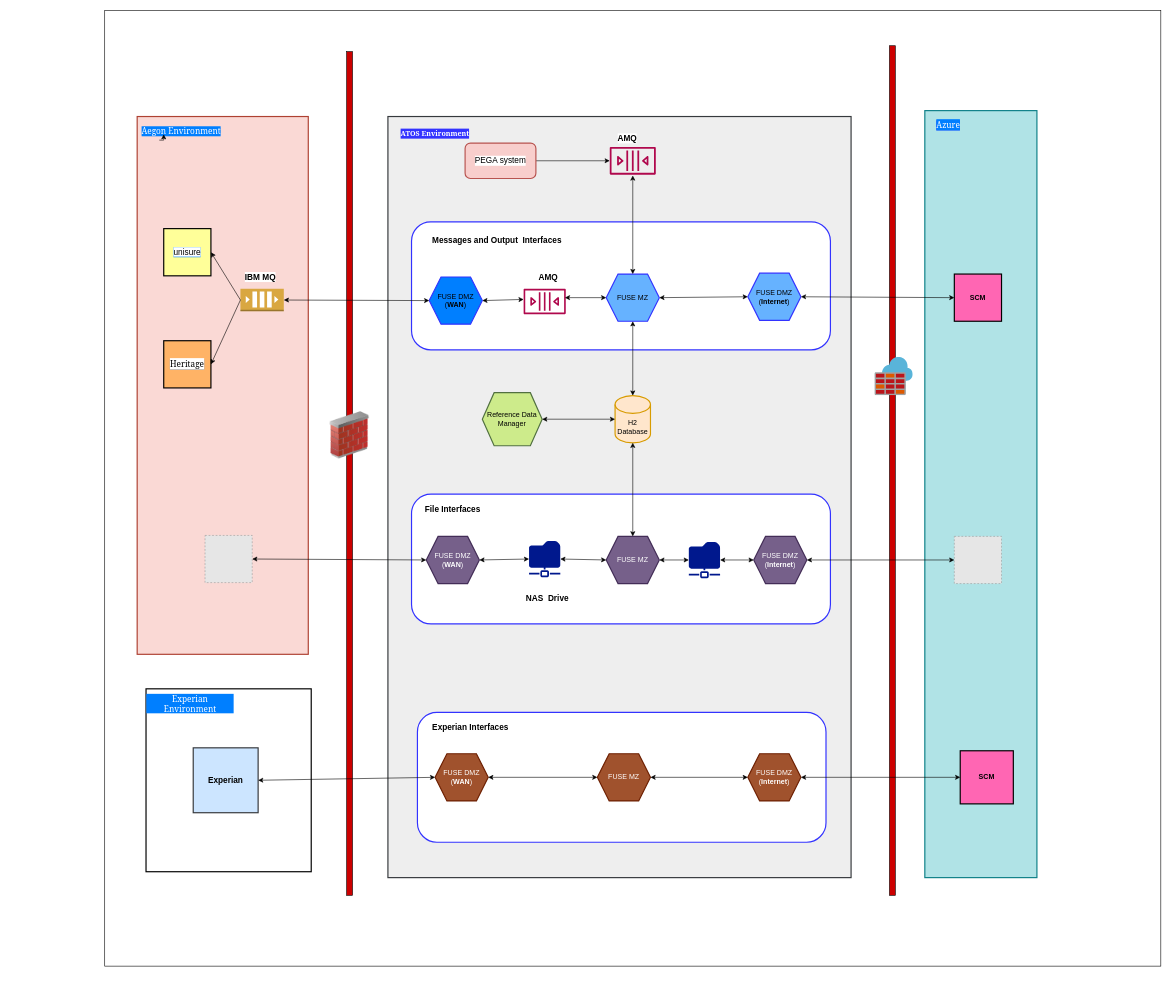
Above: ISL_Fuse_SCM.drawio in rameshanm/draw_io (draw.io), before the change. Source tidied: cells renumbered, new cells numbered last; positions are measured from the earlier drawing's top-left corner, leaving out a move shared by most shapes. Both pictures are drawn from the tidied source at 59%, with x=0, y=0 at pixel (104, 10). Pictures stored in the file or linked from it are replaced by grey dashed boxes.
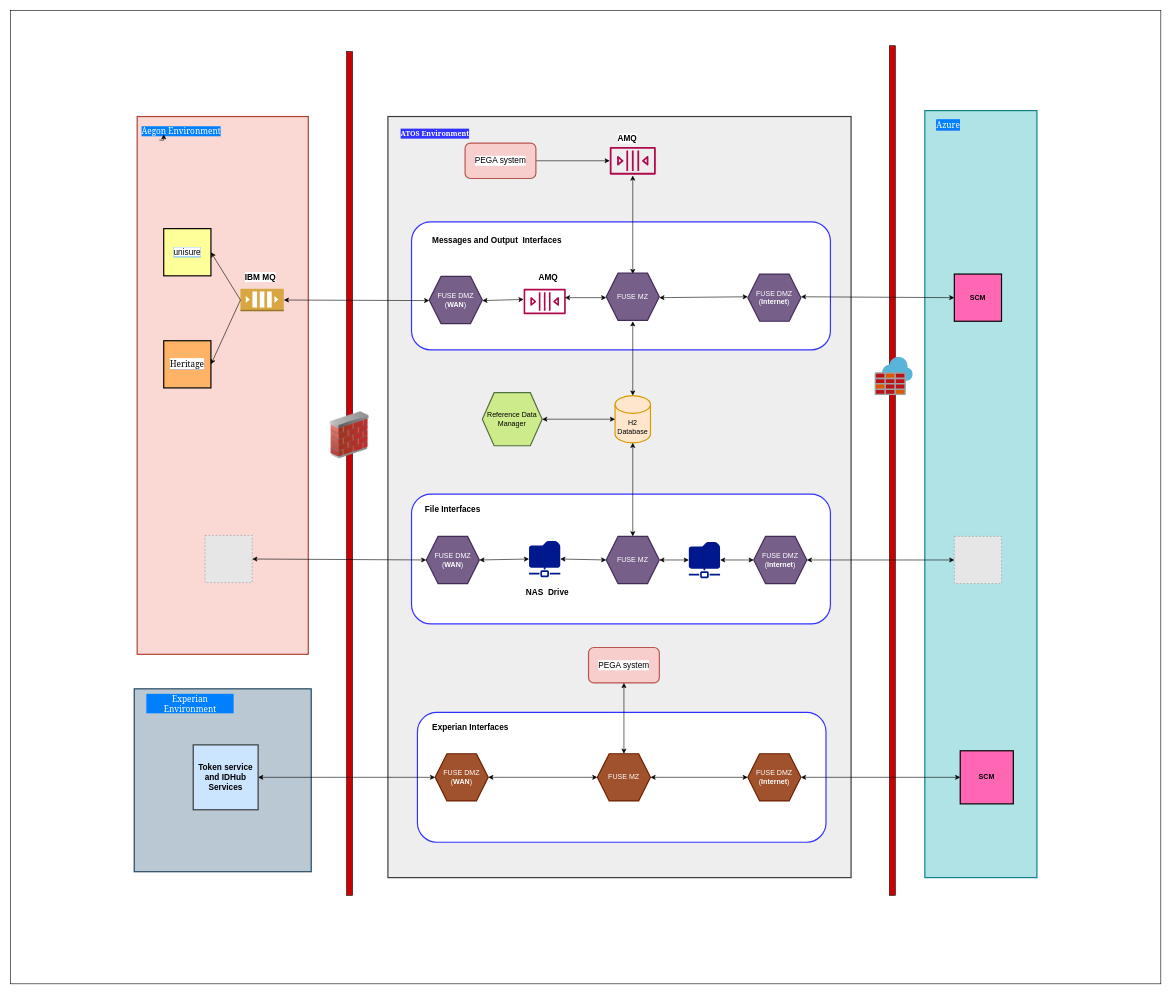
The same page after the edit.

Unchanged cells that the change refers to:
```xml
<mxCell id="7" value="H2 Database" style="shape=cylinder3;whiteSpace=wrap;html=1;boundedLbl=1;backgroundOutline=1;size=15;fillColor=#ffe6cc;strokeColor=#d79b00;strokeWidth=2;" parent="1" vertex="1">
  <mxGeometry x="865" y="653" width="60" height="80" as="geometry" />
</mxCell>
<mxCell id="8" value="&lt;b&gt;SCM&lt;/b&gt;" style="whiteSpace=wrap;html=1;fillColor=#FF66B3;strokeWidth=2;" parent="1" vertex="1">
  <mxGeometry x="1440" y="447" width="80" height="80" as="geometry" />
</mxCell>
<mxCell id="20" style="outlineConnect=0;dashed=0;verticalLabelPosition=bottom;verticalAlign=top;align=center;html=1;shape=mxgraph.aws3.queue;fillColor=#D9A741;gradientColor=none;labelBackgroundColor=#FFFFFF;fontFamily=Helvetica;fontSize=14;fontColor=#000000;strokeWidth=3;" parent="1" vertex="1">
  <mxGeometry x="230" y="472" width="73.5" height="38" as="geometry" />
</mxCell>
<mxCell id="25" style="sketch=0;outlineConnect=0;fontColor=#232F3E;gradientColor=none;fillColor=#B0084D;strokeColor=none;dashed=0;verticalLabelPosition=bottom;verticalAlign=top;align=center;html=1;fontSize=12;fontStyle=0;shape=mxgraph.aws4.queue;" parent="1" vertex="1">
  <mxGeometry x="856" y="231.5" width="78" height="47" as="geometry" />
</mxCell>
<mxCell id="45" value="FUSE MZ" style="shape=hexagon;perimeter=hexagonPerimeter2;whiteSpace=wrap;html=1;fixedSize=1;fillColor=#a0522d;strokeWidth=2;strokeColor=#6D1F00;fontColor=#ffffff;" parent="1" vertex="1">
  <mxGeometry x="835" y="1260" width="90" height="80" as="geometry" />
</mxCell>
```

Change to the diagram source:
```diff
@@
     <mxCell id="3" style="rounded=0;whiteSpace=wrap;html=1;labelBackgroundColor=#FFFFFF;fontFamily=Helvetica;fontSize=14;fontColor=#000000;fillColor=#FFFFFF;" parent="1" vertex="1">
-      <mxGeometry width="1790" height="1620" as="geometry" />
+      <mxGeometry x="-160" width="1950" height="1650" as="geometry" />
     </mxCell>
@@
-    <mxCell id="38" value="FUSE DMZ (&lt;b&gt;WAN&lt;/b&gt;)" style="shape=hexagon;perimeter=hexagonPerimeter2;whiteSpace=wrap;html=1;fixedSize=1;fillColor=#007FFF;strokeWidth=2;strokeColor=#3333FF;" parent="1" vertex="1">
-      <mxGeometry x="550" y="452" width="90" height="80" as="geometry" />
-    </mxCell>
@@
-    <mxCell id="40" value="FUSE MZ" style="shape=hexagon;perimeter=hexagonPerimeter2;whiteSpace=wrap;html=1;fixedSize=1;fillColor=#66B2FF;strokeWidth=2;strokeColor=#3333FF;" parent="1" vertex="1">
-      <mxGeometry x="850" y="447" width="90" height="80" as="geometry" />
-    </mxCell>
-    <mxCell id="41" value="FUSE DMZ (&lt;b&gt;Internet&lt;/b&gt;)" style="shape=hexagon;perimeter=hexagonPerimeter2;whiteSpace=wrap;html=1;fixedSize=1;fillColor=#66B2FF;strokeWidth=2;strokeColor=#3333FF;" parent="1" vertex="1">
-      <mxGeometry x="1090" y="445.5" width="90" height="80" as="geometry" />
-    </mxCell>
@@
     <mxCell id="47" value="&lt;b&gt;NAS&amp;nbsp; Drive&lt;/b&gt;" style="text;html=1;strokeColor=none;fillColor=none;align=center;verticalAlign=middle;whiteSpace=wrap;rounded=0;labelBackgroundColor=#FFFFFF;fontFamily=Helvetica;fontSize=14;fontColor=#000000;" parent="1" vertex="1">
-      <mxGeometry x="710" y="980.8" width="80.8" height="30" as="geometry" />
+      <mxGeometry x="710" y="970.8" width="80.8" height="30" as="geometry" />
     </mxCell>
@@
-    <mxCell id="50" style="rounded=0;whiteSpace=wrap;html=1;labelBackgroundColor=none;fontFamily=Helvetica;fontSize=14;strokeWidth=2;" parent="1" vertex="1">
-      <mxGeometry x="70" y="1150" width="280" height="310" as="geometry" />
+    <mxCell id="50" style="rounded=0;whiteSpace=wrap;html=1;labelBackgroundColor=none;fontFamily=Helvetica;fontSize=14;strokeWidth=2;fillColor=#bac8d3;strokeColor=#23445d;" parent="1" vertex="1">
+      <mxGeometry x="50" y="1150" width="300" height="310" as="geometry" />
     </mxCell>
@@
-    <mxCell id="52" value="&lt;b&gt;Experian&lt;/b&gt;" style="whiteSpace=wrap;html=1;labelBackgroundColor=none;fontFamily=Helvetica;fontSize=14;strokeWidth=2;fillColor=#cce5ff;strokeColor=#36393d;" parent="1" vertex="1">
-      <mxGeometry x="150" y="1250" width="110" height="110" as="geometry" />
+    <mxCell id="52" value="&lt;b&gt;Token service and IDHub Services&lt;/b&gt;" style="whiteSpace=wrap;html=1;labelBackgroundColor=none;fontFamily=Helvetica;fontSize=14;strokeWidth=2;fillColor=#cce5ff;strokeColor=#36393d;" parent="1" vertex="1">
+      <mxGeometry x="150" y="1245" width="110" height="110" as="geometry" />
     </mxCell>
@@
-    <mxCell id="54" style="endArrow=classic;startArrow=classic;html=1;rounded=0;fontFamily=Helvetica;fontSize=14;fontColor=#000000;exitX=0.5;exitY=0;exitDx=0;exitDy=0;entryX=0.5;entryY=1.032;entryDx=0;entryDy=0;entryPerimeter=0;" parent="1" edge="1" source="40" target="25">
-      <mxGeometry relative="1" as="geometry" />
+    <mxCell id="54" style="endArrow=classic;startArrow=classic;html=1;rounded=0;fontFamily=Helvetica;fontSize=14;fontColor=#000000;exitX=0.5;exitY=0;exitDx=0;exitDy=0;entryX=0.5;entryY=1.032;entryDx=0;entryDy=0;entryPerimeter=0;" parent="1" edge="1" target="25">
+      <mxGeometry relative="1" as="geometry">
+        <mxPoint x="895" y="447" as="sourcePoint" />
+      </mxGeometry>
     </mxCell>
-    <mxCell id="55" style="endArrow=classic;startArrow=classic;html=1;rounded=0;fontFamily=Helvetica;fontSize=14;fontColor=#000000;exitX=0.5;exitY=0;exitDx=0;exitDy=0;exitPerimeter=0;entryX=0.5;entryY=1;entryDx=0;entryDy=0;" parent="1" edge="1" source="7" target="40">
-      <mxGeometry relative="1" as="geometry" />
+    <mxCell id="55" style="endArrow=classic;startArrow=classic;html=1;rounded=0;fontFamily=Helvetica;fontSize=14;fontColor=#000000;exitX=0.5;exitY=0;exitDx=0;exitDy=0;exitPerimeter=0;entryX=0.5;entryY=1;entryDx=0;entryDy=0;" parent="1" edge="1" source="7">
+      <mxGeometry relative="1" as="geometry">
+        <mxPoint x="895" y="527" as="targetPoint" />
+      </mxGeometry>
     </mxCell>
@@
-    <mxCell id="59" style="endArrow=classic;startArrow=classic;html=1;rounded=0;fontFamily=Helvetica;fontSize=14;fontColor=#000000;exitX=1;exitY=0.5;exitDx=0;exitDy=0;" parent="1" edge="1" source="38">
+    <mxCell id="59" style="endArrow=classic;startArrow=classic;html=1;rounded=0;fontFamily=Helvetica;fontSize=14;fontColor=#000000;exitX=1;exitY=0.5;exitDx=0;exitDy=0;" parent="1" edge="1">
       <mxGeometry relative="1" as="geometry">
+        <mxPoint x="640" y="492" as="sourcePoint" />
         <mxPoint x="710" y="490" as="targetPoint" />
       </mxGeometry>
     </mxCell>
-    <mxCell id="60" style="endArrow=classic;startArrow=classic;html=1;rounded=0;fontFamily=Helvetica;fontSize=14;fontColor=#000000;exitX=1;exitY=0.5;exitDx=0;exitDy=0;entryX=0;entryY=0.5;entryDx=0;entryDy=0;" parent="1" edge="1" source="40" target="41">
-      <mxGeometry relative="1" as="geometry" />
+    <mxCell id="60" style="endArrow=classic;startArrow=classic;html=1;rounded=0;fontFamily=Helvetica;fontSize=14;fontColor=#000000;exitX=1;exitY=0.5;exitDx=0;exitDy=0;entryX=0;entryY=0.5;entryDx=0;entryDy=0;" parent="1" edge="1">
+      <mxGeometry relative="1" as="geometry">
+        <mxPoint x="940" y="487" as="sourcePoint" />
+        <mxPoint x="1090" y="485.5" as="targetPoint" />
+      </mxGeometry>
     </mxCell>
-    <mxCell id="61" style="endArrow=classic;startArrow=classic;html=1;rounded=0;fontFamily=Helvetica;fontSize=14;fontColor=#000000;exitX=1;exitY=0.5;exitDx=0;exitDy=0;exitPerimeter=0;entryX=0;entryY=0.5;entryDx=0;entryDy=0;" parent="1" edge="1" source="20" target="38">
-      <mxGeometry relative="1" as="geometry" />
+    <mxCell id="61" style="endArrow=classic;startArrow=classic;html=1;rounded=0;fontFamily=Helvetica;fontSize=14;fontColor=#000000;exitX=1;exitY=0.5;exitDx=0;exitDy=0;exitPerimeter=0;entryX=0;entryY=0.5;entryDx=0;entryDy=0;" parent="1" edge="1" source="20">
+      <mxGeometry relative="1" as="geometry">
+        <mxPoint x="550" y="492" as="targetPoint" />
+      </mxGeometry>
     </mxCell>
-    <mxCell id="62" style="endArrow=classic;startArrow=classic;html=1;rounded=0;fontFamily=Helvetica;fontSize=14;fontColor=#000000;entryX=0;entryY=0.5;entryDx=0;entryDy=0;" parent="1" edge="1" target="40">
+    <mxCell id="62" style="endArrow=classic;startArrow=classic;html=1;rounded=0;fontFamily=Helvetica;fontSize=14;fontColor=#000000;entryX=0;entryY=0.5;entryDx=0;entryDy=0;" parent="1" edge="1">
       <mxGeometry relative="1" as="geometry">
         <mxPoint x="780" y="487" as="sourcePoint" />
+        <mxPoint x="850" y="487" as="targetPoint" />
       </mxGeometry>
     </mxCell>
-    <mxCell id="63" style="endArrow=classic;startArrow=classic;html=1;rounded=0;fontFamily=Helvetica;fontSize=14;fontColor=#000000;entryX=0;entryY=0.5;entryDx=0;entryDy=0;exitX=1;exitY=0.5;exitDx=0;exitDy=0;" parent="1" edge="1" source="41" target="8">
-      <mxGeometry relative="1" as="geometry" />
+    <mxCell id="63" style="endArrow=classic;startArrow=classic;html=1;rounded=0;fontFamily=Helvetica;fontSize=14;fontColor=#000000;entryX=0;entryY=0.5;entryDx=0;entryDy=0;exitX=1;exitY=0.5;exitDx=0;exitDy=0;" parent="1" edge="1" target="8">
+      <mxGeometry relative="1" as="geometry">
+        <mxPoint x="1180" y="485.5" as="sourcePoint" />
+      </mxGeometry>
     </mxCell>
@@
+    <mxCell id="38" value="FUSE DMZ&lt;br&gt;(&lt;b&gt;WAN&lt;/b&gt;)" style="shape=hexagon;perimeter=hexagonPerimeter2;whiteSpace=wrap;html=1;fixedSize=1;fillColor=#76608a;strokeWidth=2;strokeColor=#432D57;fontColor=#ffffff;" parent="1" vertex="1">
+      <mxGeometry x="550" y="451" width="90" height="80" as="geometry" />
+    </mxCell>
+    <mxCell id="40" value="FUSE MZ" style="shape=hexagon;perimeter=hexagonPerimeter2;whiteSpace=wrap;html=1;fixedSize=1;fillColor=#76608a;strokeWidth=2;strokeColor=#432D57;fontColor=#ffffff;" parent="1" vertex="1">
+      <mxGeometry x="850" y="445.5" width="90" height="80" as="geometry" />
+    </mxCell>
+    <mxCell id="41" value="FUSE DMZ&lt;br&gt;(&lt;b&gt;Internet&lt;/b&gt;)" style="shape=hexagon;perimeter=hexagonPerimeter2;whiteSpace=wrap;html=1;fixedSize=1;fillColor=#76608a;strokeWidth=2;strokeColor=#432D57;fontColor=#ffffff;" parent="1" vertex="1">
+      <mxGeometry x="1090" y="447" width="90" height="80" as="geometry" />
+    </mxCell>
+    <mxCell id="73" value="PEGA system" style="rounded=1;whiteSpace=wrap;html=1;labelBackgroundColor=#FFFFFF;fontFamily=Helvetica;fontSize=14;strokeWidth=2;fillColor=#f8cecc;strokeColor=#b85450;" parent="1" vertex="1">
+      <mxGeometry x="820" y="1080" width="120" height="60" as="geometry" />
+    </mxCell>
+    <mxCell id="74" style="endArrow=classic;startArrow=classic;html=1;rounded=0;fontFamily=Helvetica;fontSize=14;fontColor=#000000;entryX=0.5;entryY=1;entryDx=0;entryDy=0;exitX=0.5;exitY=0;exitDx=0;exitDy=0;" parent="1" edge="1" source="45" target="73">
+      <mxGeometry relative="1" as="geometry" />
+    </mxCell>
```
